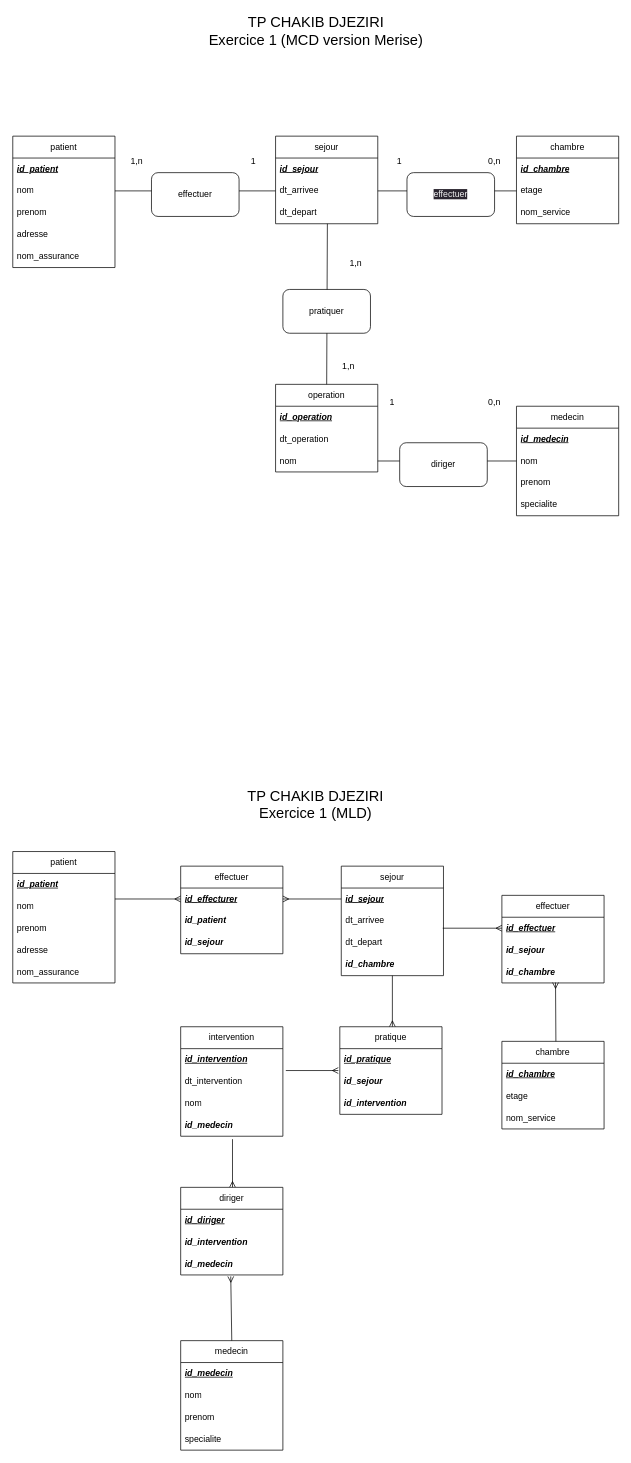
Earlier version of the draw.io diagram Q1.drawio (chakibdjeziri/tp-mcd-mld-mpd). Source tidied: cells renumbered, new cells numbered last; positions are measured from the earlier drawing's top-left corner, leaving out a move shared by most shapes. Both pictures are drawn from the tidied source at 73%, with x=0, y=0 at pixel (12, 19).
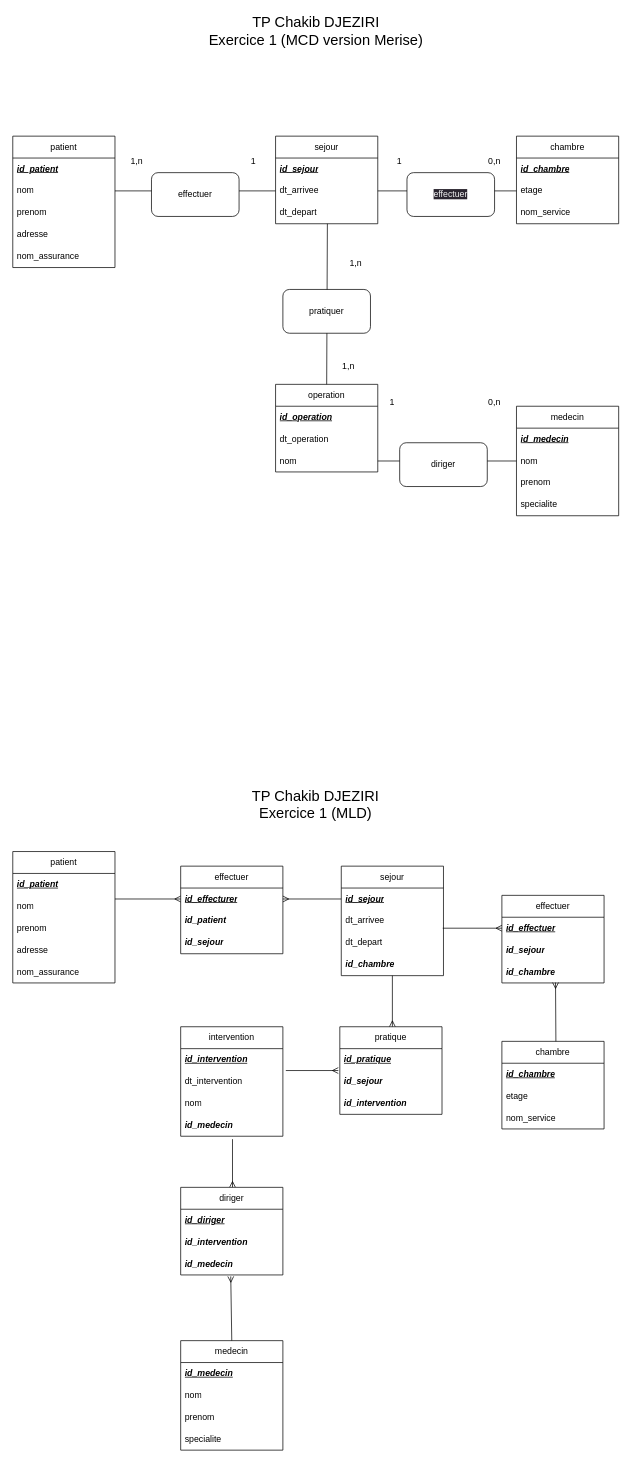
The same diagram, later.

What changed in the source:
```diff
@@
-    <mxCell id="73" value="TP CHAKIB DJEZIRI&lt;br&gt;Exercice 1 (MLD)" style="text;html=1;strokeColor=none;fillColor=none;align=center;verticalAlign=middle;whiteSpace=wrap;rounded=0;fontSize=20;" parent="1" vertex="1">
+    <mxCell id="73" value="TP Chakib DJEZIRI&lt;br&gt;Exercice 1 (MLD)" style="text;html=1;strokeColor=none;fillColor=none;align=center;verticalAlign=middle;whiteSpace=wrap;rounded=0;fontSize=20;" parent="1" vertex="1">
       <mxGeometry x="305" y="1060" width="220" height="30" as="geometry" />
     </mxCell>
-    <mxCell id="74" value="&lt;font style=&quot;font-size: 20px;&quot;&gt;TP CHAKIB DJEZIRI&lt;br&gt;Exercice 1 (MCD version Merise)&lt;/font&gt;" style="text;html=1;strokeColor=none;fillColor=none;align=center;verticalAlign=middle;whiteSpace=wrap;rounded=0;" parent="1" vertex="1">
+    <mxCell id="74" value="&lt;font style=&quot;font-size: 20px;&quot;&gt;TP Chakib DJEZIRI&lt;br&gt;Exercice 1 (MCD version Merise)&lt;/font&gt;" style="text;html=1;strokeColor=none;fillColor=none;align=center;verticalAlign=middle;whiteSpace=wrap;rounded=0;" parent="1" vertex="1">
       <mxGeometry x="243" width="345" height="30" as="geometry" />
     </mxCell>
```
